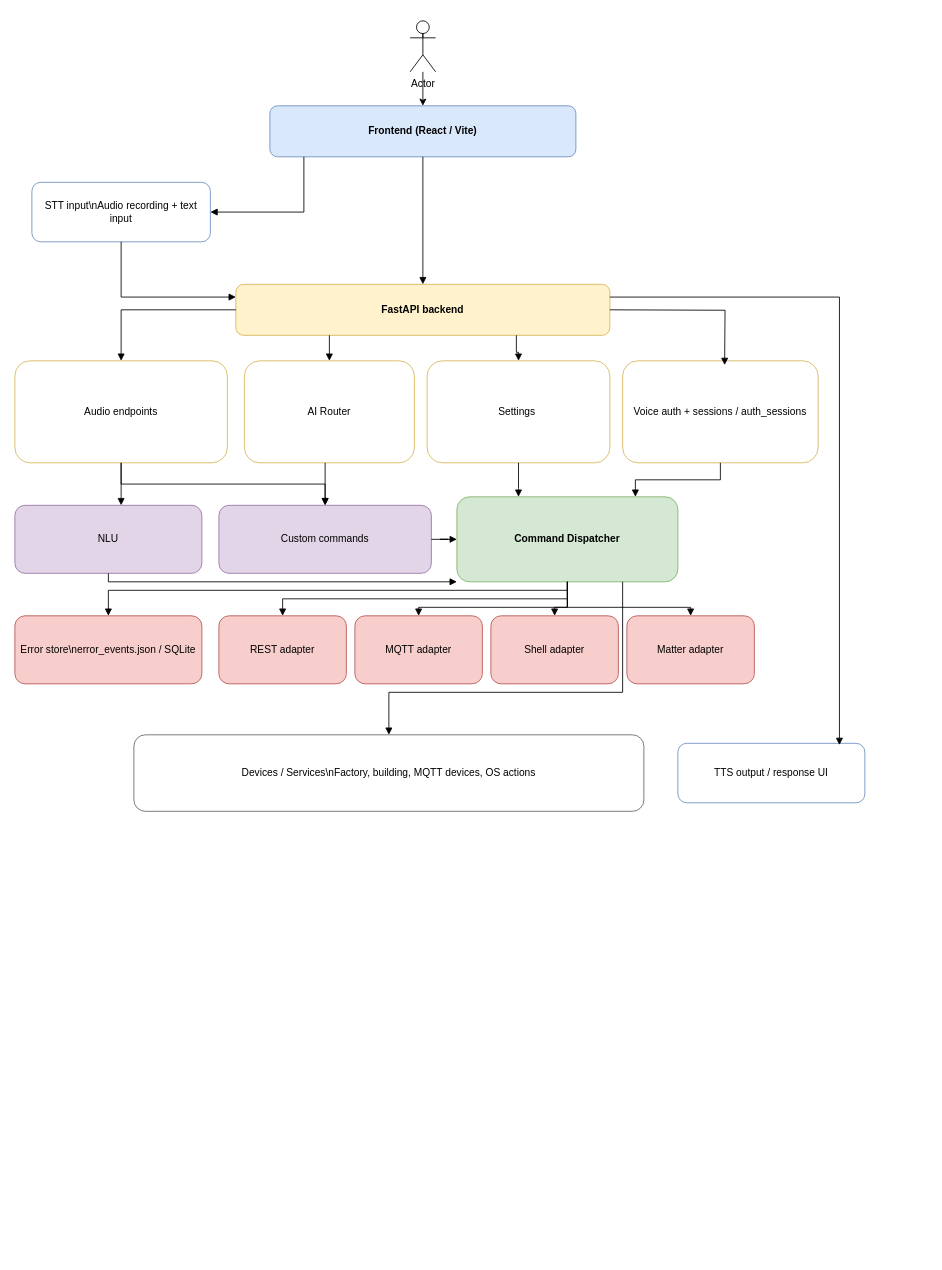
Above: project/docs/Architecture.drawio in KamikotoBaka/liva-jetson-ai (draw.io), before the change. Source tidied: cells renumbered, new cells numbered last; positions are measured from the earlier drawing's top-left corner, leaving out a move shared by most shapes. Both pictures are drawn from the tidied source at 85%, with x=0, y=0 at pixel (14, 20).
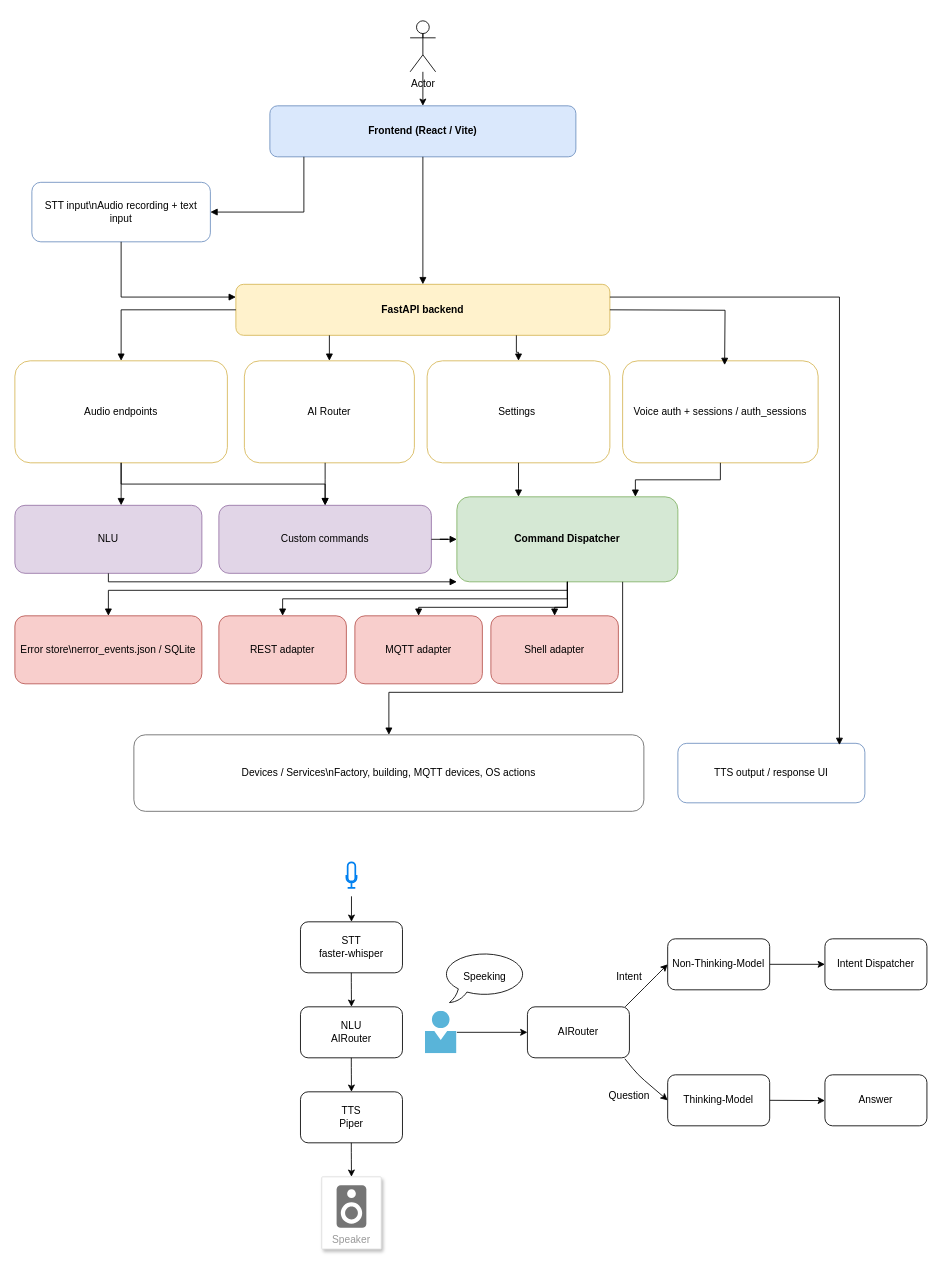
After the change.

Unchanged cells that the change refers to:
```xml
<mxCell id="12" value="Command Dispatcher" style="rounded=1;whiteSpace=wrap;html=1;fillColor=#d5e8d4;strokeColor=#82b366;fontStyle=1;" parent="1" vertex="1">
  <mxGeometry x="520" y="560" width="260" height="100" as="geometry" />
</mxCell>
```

Change to the diagram source:
```diff
@@
-    <mxCell id="17" value="Matter adapter" style="rounded=1;whiteSpace=wrap;html=1;fillColor=#f8cecc;strokeColor=#b85450;" parent="1" vertex="1">
-      <mxGeometry x="720" y="700" width="150" height="80" as="geometry" />
-    </mxCell>
@@
-    <mxCell id="32" style="edgeStyle=orthogonalEdgeStyle;rounded=0;jettySize=auto;html=1;endArrow=block;endFill=1;" parent="1" edge="1" source="12" target="17">
-      <mxGeometry relative="1" as="geometry">
-        <Array as="points">
-          <mxPoint x="650" y="690" />
-          <mxPoint x="795" y="690" />
-        </Array>
-      </mxGeometry>
-    </mxCell>
@@
+    <mxCell id="43" style="html=1;verticalLabelPosition=bottom;align=center;labelBackgroundColor=#ffffff;verticalAlign=top;strokeWidth=2;strokeColor=#0080F0;shadow=0;dashed=0;shape=mxgraph.ios7.icons.microphone;" parent="1" vertex="1">
+      <mxGeometry x="390" y="990" width="12" height="30" as="geometry" />
+    </mxCell>
+    <mxCell id="44" value="STT&lt;br&gt;faster-whisper" style="rounded=1;whiteSpace=wrap;html=1;" parent="1" vertex="1">
+      <mxGeometry x="336" y="1060" width="120" height="60" as="geometry" />
+    </mxCell>
+    <mxCell id="45" value="NLU&lt;br&gt;AIRouter" style="rounded=1;whiteSpace=wrap;html=1;" parent="1" vertex="1">
+      <mxGeometry x="336" y="1160" width="120" height="60" as="geometry" />
+    </mxCell>
+    <mxCell id="46" value="TTS&lt;br&gt;Piper" style="rounded=1;whiteSpace=wrap;html=1;" parent="1" vertex="1">
+      <mxGeometry x="336" y="1260" width="120" height="60" as="geometry" />
+    </mxCell>
+    <mxCell id="47" value="Speaker" style="strokeColor=#dddddd;shadow=1;strokeWidth=1;rounded=1;absoluteArcSize=1;arcSize=2;labelPosition=center;verticalLabelPosition=middle;align=center;verticalAlign=bottom;spacingLeft=0;fontColor=#999999;fontSize=12;whiteSpace=wrap;spacingBottom=2;html=1;" parent="1" vertex="1">
+      <mxGeometry x="361" y="1360" width="70" height="85" as="geometry" />
+    </mxCell>
+    <mxCell id="48" style="sketch=0;dashed=0;html=1;fillColor=#757575;strokeColor=none;shape=mxgraph.gcp2.speaker;" parent="47" vertex="1">
+      <mxGeometry x="0.5" width="35" height="50" relative="1" as="geometry">
+        <mxPoint x="-17.5" y="10" as="offset" />
+      </mxGeometry>
+    </mxCell>
+    <mxCell id="49" style="endArrow=classic;html=1;entryX=0.5;entryY=0;entryDx=0;entryDy=0;exitX=0.5;exitY=1.333;exitDx=0;exitDy=0;exitPerimeter=0;" parent="1" edge="1" source="43" target="44">
+      <mxGeometry relative="1" as="geometry" />
+    </mxCell>
+    <mxCell id="50" style="endArrow=classic;html=1;entryX=0.5;entryY=0;entryDx=0;entryDy=0;exitX=0.5;exitY=1.333;exitDx=0;exitDy=0;exitPerimeter=0;" parent="1" edge="1" target="45">
+      <mxGeometry relative="1" as="geometry">
+        <mxPoint x="395.8" y="1120" as="sourcePoint" />
+        <Array as="points">
+          <mxPoint x="395.8" y="1130" />
+        </Array>
+      </mxGeometry>
+    </mxCell>
+    <mxCell id="51" style="endArrow=classic;html=1;entryX=0.5;entryY=0;entryDx=0;entryDy=0;exitX=0.5;exitY=1.333;exitDx=0;exitDy=0;exitPerimeter=0;" parent="1" edge="1">
+      <mxGeometry relative="1" as="geometry">
+        <mxPoint x="395.8" y="1220" as="sourcePoint" />
+        <mxPoint x="396" y="1260" as="targetPoint" />
+        <Array as="points">
+          <mxPoint x="395.8" y="1230" />
+        </Array>
+      </mxGeometry>
+    </mxCell>
+    <mxCell id="52" style="endArrow=classic;html=1;entryX=0.5;entryY=0;entryDx=0;entryDy=0;exitX=0.5;exitY=1.333;exitDx=0;exitDy=0;exitPerimeter=0;" parent="1" edge="1">
+      <mxGeometry relative="1" as="geometry">
+        <mxPoint x="395.8" y="1320" as="sourcePoint" />
+        <mxPoint x="396" y="1360" as="targetPoint" />
+        <Array as="points">
+          <mxPoint x="395.8" y="1330" />
+        </Array>
+      </mxGeometry>
+    </mxCell>
+    <mxCell id="53" style="edgeStyle=none;html=1;entryX=0;entryY=0.5;entryDx=0;entryDy=0;" parent="1" edge="1" source="54" target="59">
+      <mxGeometry relative="1" as="geometry" />
+    </mxCell>
+    <mxCell id="54" style="image;sketch=0;html=1;points=[];align=center;fontSize=12;image=img/lib/mscae/Person.svg;" parent="1" vertex="1">
+      <mxGeometry x="483" y="1165" width="37" height="50" as="geometry" />
+    </mxCell>
+    <mxCell id="55" style="edgeStyle=none;html=1;exitX=1;exitY=0.5;exitDx=0;exitDy=0;" parent="1" edge="1" source="56">
+      <mxGeometry relative="1" as="geometry">
+        <mxPoint x="953" y="1270.3" as="targetPoint" />
+      </mxGeometry>
+    </mxCell>
+    <mxCell id="56" value="Thinking-Model" style="rounded=1;whiteSpace=wrap;html=1;" parent="1" vertex="1">
+      <mxGeometry x="768" y="1240" width="120" height="60" as="geometry" />
+    </mxCell>
+    <mxCell id="57" style="edgeStyle=none;html=1;entryX=0;entryY=0.5;entryDx=0;entryDy=0;" parent="1" edge="1" source="58" target="65">
+      <mxGeometry relative="1" as="geometry" />
+    </mxCell>
+    <mxCell id="58" value="Non-Thinking-Model" style="rounded=1;whiteSpace=wrap;html=1;" parent="1" vertex="1">
+      <mxGeometry x="768" y="1080" width="120" height="60" as="geometry" />
+    </mxCell>
+    <mxCell id="59" value="AIRouter" style="rounded=1;whiteSpace=wrap;html=1;" parent="1" vertex="1">
+      <mxGeometry x="603" y="1160" width="120" height="60" as="geometry" />
+    </mxCell>
+    <mxCell id="60" style="endArrow=classic;html=1;" parent="1" edge="1">
+      <mxGeometry relative="1" as="geometry">
+        <mxPoint x="718" y="1160" as="sourcePoint" />
+        <mxPoint x="768" y="1110" as="targetPoint" />
+        <Array as="points">
+          <mxPoint x="748" y="1130" />
+        </Array>
+      </mxGeometry>
+    </mxCell>
+    <mxCell id="61" style="endArrow=classic;html=1;entryX=0;entryY=0.5;entryDx=0;entryDy=0;exitX=0.705;exitY=1.019;exitDx=0;exitDy=0;exitPerimeter=0;" parent="1" edge="1" target="56">
+      <mxGeometry relative="1" as="geometry">
+        <mxPoint x="717.6" y="1221.1" as="sourcePoint" />
+        <Array as="points">
+          <mxPoint x="733" y="1240" />
+        </Array>
+      </mxGeometry>
+    </mxCell>
+    <mxCell id="62" value="Intent" style="text;html=1;align=center;verticalAlign=middle;whiteSpace=wrap;rounded=0;" parent="1" vertex="1">
+      <mxGeometry x="693" y="1110" width="60" height="30" as="geometry" />
+    </mxCell>
+    <mxCell id="63" value="Question" style="text;html=1;align=center;verticalAlign=middle;whiteSpace=wrap;rounded=0;" parent="1" vertex="1">
+      <mxGeometry x="693" y="1250" width="60" height="30" as="geometry" />
+    </mxCell>
+    <mxCell id="64" value="Answer" style="rounded=1;whiteSpace=wrap;html=1;" parent="1" vertex="1">
+      <mxGeometry x="953" y="1240" width="120" height="60" as="geometry" />
+    </mxCell>
+    <mxCell id="65" value="Intent Dispatcher" style="rounded=1;whiteSpace=wrap;html=1;" parent="1" vertex="1">
+      <mxGeometry x="953" y="1080" width="120" height="60" as="geometry" />
+    </mxCell>
+    <mxCell id="66" value="Speeking" style="whiteSpace=wrap;html=1;shape=mxgraph.basic.oval_callout;" parent="1" vertex="1">
+      <mxGeometry x="503" y="1095" width="100" height="60" as="geometry" />
+    </mxCell>
```
